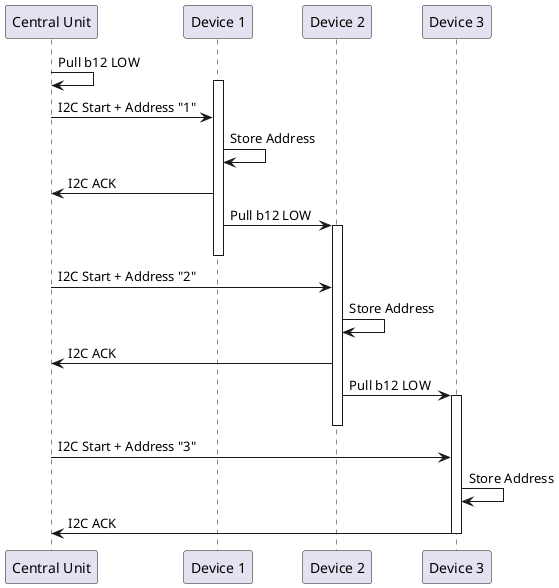
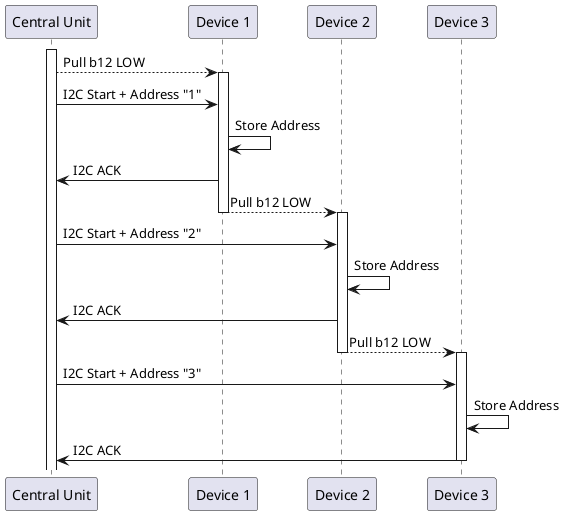
@startuml
participant "Central Unit" as CU
participant "Device 1" as D1
participant "Device 2" as D2
participant "Device 3" as D3

- CU -> CU: Pull b12 LOW
- activate D1
- CU -> D1: I2C Start + Address "1"
- D1 -> D1: Store Address
- D1 -> CU: I2C ACK
- D1 -> D2: Pull b12 LOW
+ activate CU
+ CU --> D1++: Pull b12 LOW
+ 
+ CU  -> D1: I2C Start + Address "1"
+ D1  -> D1: Store Address
+ D1  -> CU: I2C ACK
+ D1 --> D2--: Pull b12 LOW
activate D2
- deactivate D1

- CU -> D2: I2C Start + Address "2"
- D2 -> D2: Store Address
- D2 -> CU: I2C ACK
- D2 -> D3: Pull b12 LOW
+ CU  -> D2: I2C Start + Address "2"
+ D2  -> D2: Store Address
+ D2  -> CU: I2C ACK
+ D2 --> D3--: Pull b12 LOW
activate D3
- deactivate D2

- CU -> D3: I2C Start + Address "3"
- D3 -> D3: Store Address
- D3 -> CU: I2C ACK
- deactivate D3
+ CU  -> D3: I2C Start + Address "3"
+ D3  -> D3: Store Address
+ D3  -> CU--: I2C ACK

@enduml
